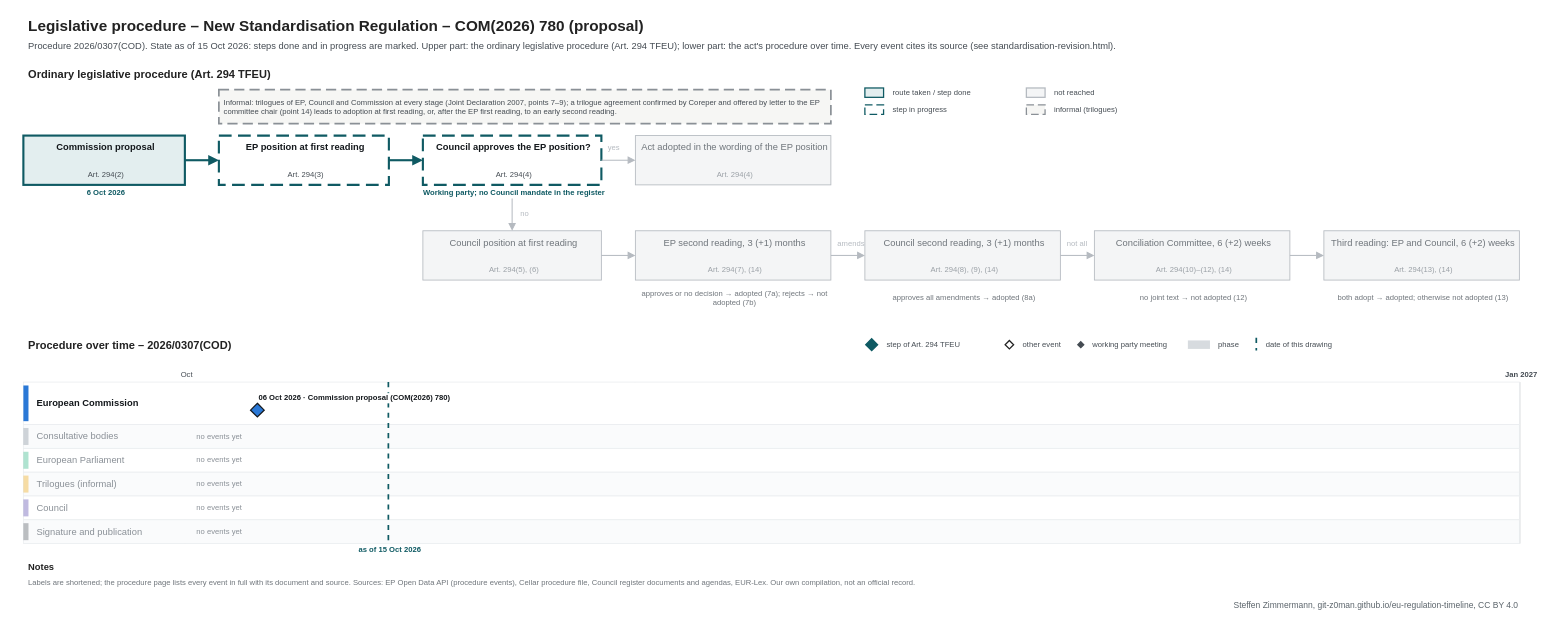
Before: procedures/standardisation-revision.drawio in git-z0man/eu-regulation-timeline, a draw.io diagram. Source tidied: cells renumbered, new cells numbered last; positions are measured from the earlier drawing's top-left corner, leaving out a move shared by most shapes. Both pictures are drawn from the tidied source at 85%, with x=0, y=0 at pixel (14, 14).
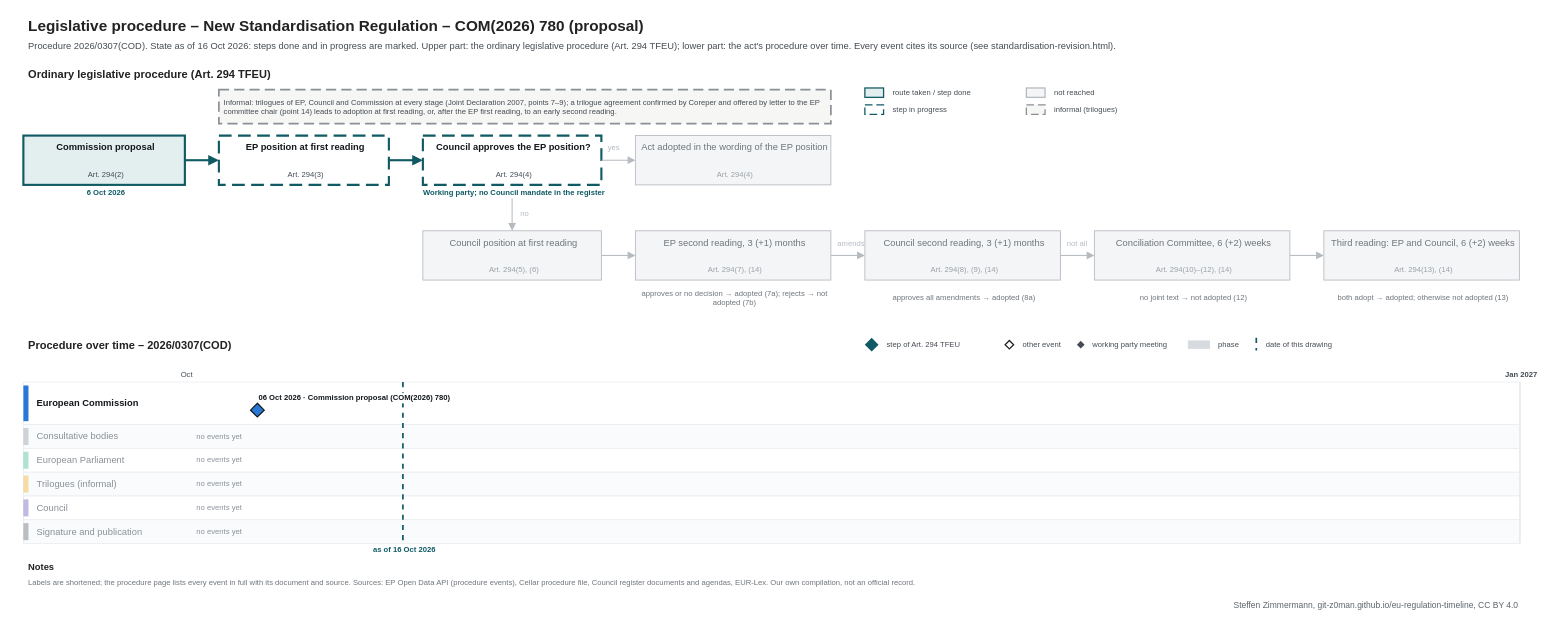
After the change.

Diff of the diagram source:
```diff
@@
-    <mxCell id="3" value="Procedure 2026/0307(COD). State as of 15 Oct 2026: steps done and in progress are marked. Upper part: the ordinary legislative procedure (Art. 294 TFEU); lower part: the act's procedure over time. Every event cites its source (see standardisation-revision.html)." style="text;html=1;fontSize=11;fontColor=#454c53;align=left;verticalAlign=middle;spacingLeft=4;" parent="1" vertex="1">
+    <mxCell id="3" value="Procedure 2026/0307(COD). State as of 16 Oct 2026: steps done and in progress are marked. Upper part: the ordinary legislative procedure (Art. 294 TFEU); lower part: the act's procedure over time. Every event cites its source (see standardisation-revision.html)." style="text;html=1;fontSize=11;fontColor=#454c53;align=left;verticalAlign=middle;spacingLeft=4;" parent="1" vertex="1">
       <mxGeometry x="10" y="28" width="1700" height="18" as="geometry" />
     </mxCell>
@@
     <mxCell id="100" style="line;html=1;strokeWidth=2;strokeColor=#0f5a63;direction=south;dashed=1;" parent="1" vertex="1">
-      <mxGeometry x="438.9" y="432" width="1" height="190" as="geometry" />
+      <mxGeometry x="456" y="432" width="1" height="190" as="geometry" />
     </mxCell>
-    <mxCell id="101" value="as of 15 Oct 2026" style="text;html=1;fontSize=9;fontColor=#0f5a63;align=center;verticalAlign=middle;spacingLeft=4;fontStyle=1;" parent="1" vertex="1">
-      <mxGeometry x="378.9" y="623" width="120" height="12" as="geometry" />
+    <mxCell id="101" value="as of 16 Oct 2026" style="text;html=1;fontSize=9;fontColor=#0f5a63;align=center;verticalAlign=middle;spacingLeft=4;fontStyle=1;" parent="1" vertex="1">
+      <mxGeometry x="396" y="623" width="120" height="12" as="geometry" />
     </mxCell>
```
